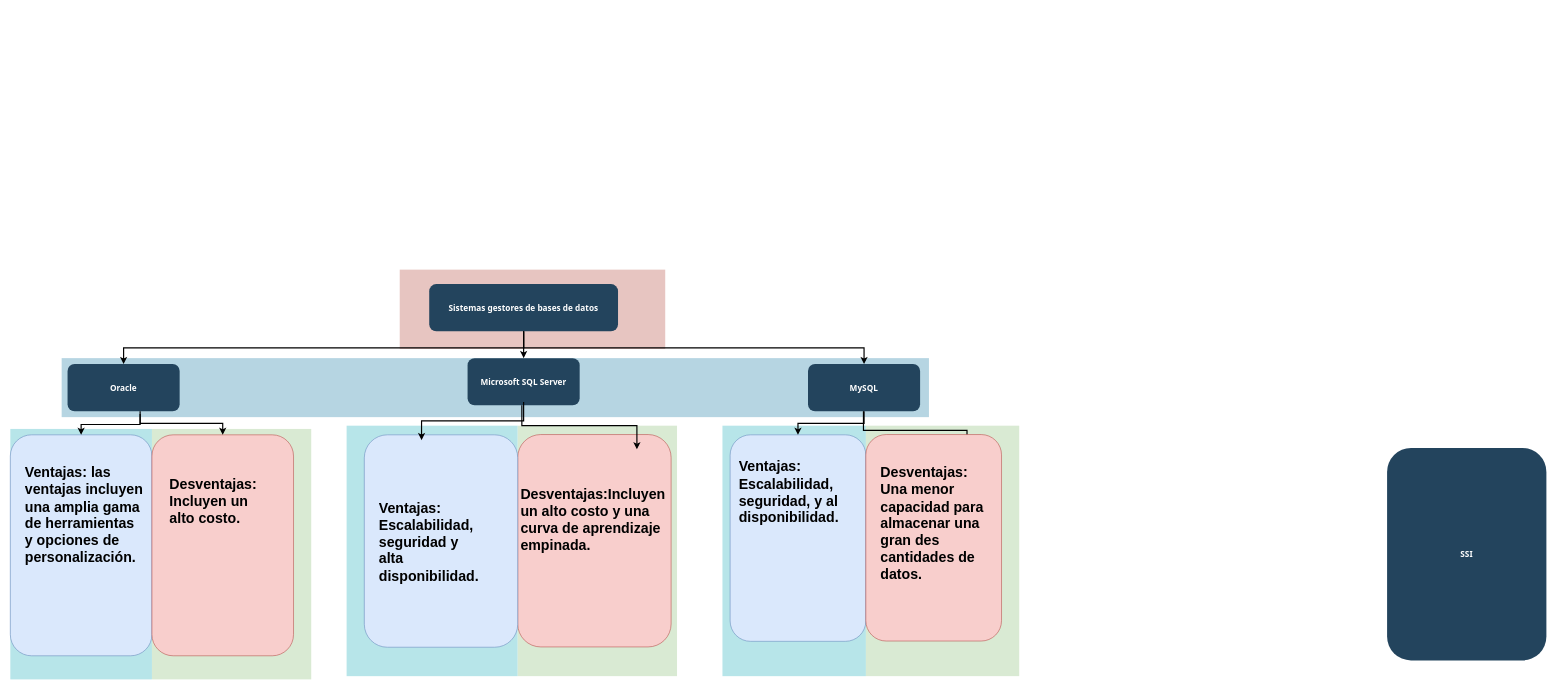
Earlier version of the draw.io diagram Entregable5.drawio (Yoloxochitl001/BaseDedatos). Source tidied: cells renumbered, new cells numbered last; positions are measured from the earlier drawing's top-left corner, leaving out a move shared by most shapes. Both pictures are drawn from the tidied source at 59%, with x=0, y=0 at pixel (10, 270).
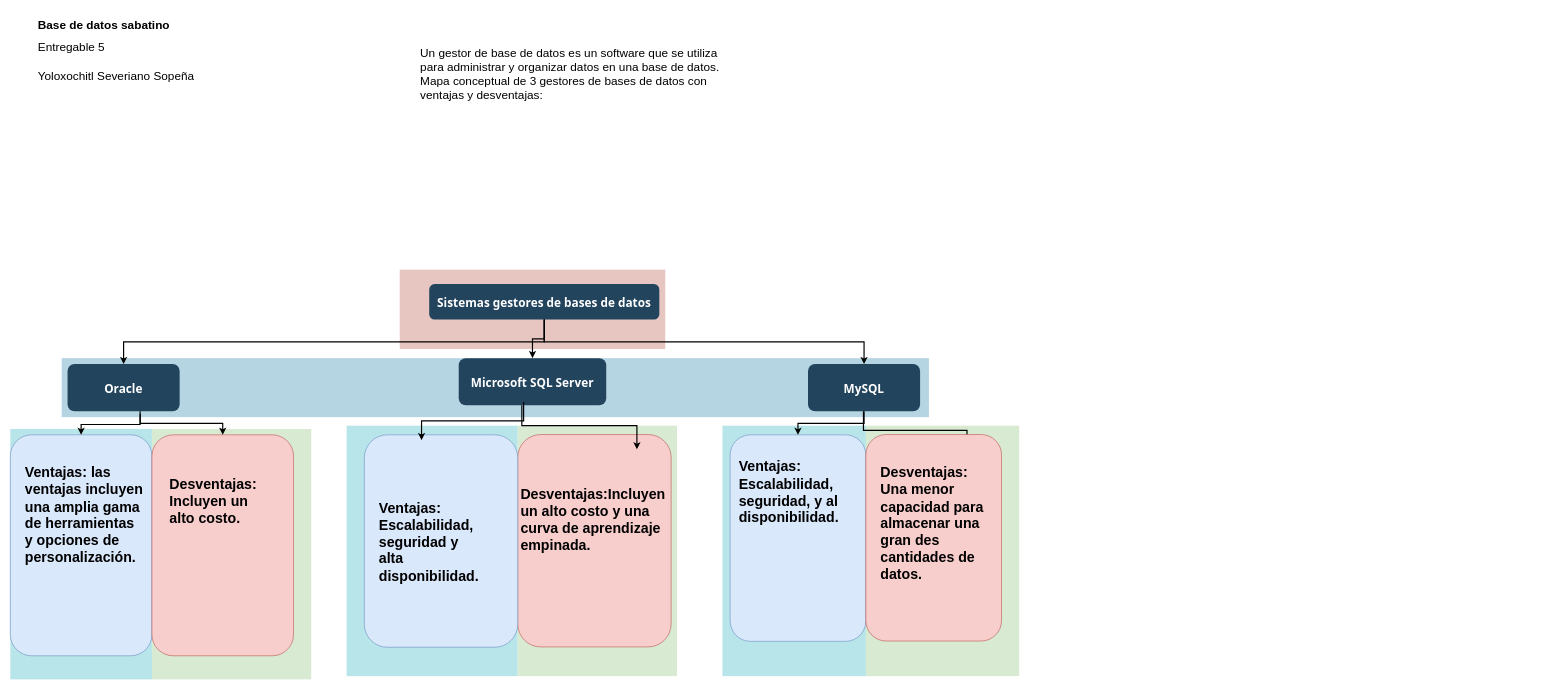
The same diagram, later.

The edit, as a diff of the source:
```diff
@@
-    <mxCell id="10" value="Sistemas gestores de bases de datos" style="rounded=1;fillColor=#23445D;gradientColor=none;strokeColor=none;fontColor=#FFFFFF;fontStyle=1;fontFamily=Tahoma;fontSize=14;" parent="1" vertex="1">
-      <mxGeometry x="710" y="24" width="320" height="80" as="geometry" />
+    <mxCell id="10" value="Sistemas gestores de bases de datos" style="rounded=1;fillColor=#23445D;gradientColor=none;strokeColor=none;fontColor=#FFFFFF;fontStyle=1;fontFamily=Tahoma;fontSize=20;" parent="1" vertex="1">
+      <mxGeometry x="710" y="24" width="390" height="60" as="geometry" />
     </mxCell>
-    <mxCell id="11" value="MySQL" style="rounded=1;fillColor=#23445D;gradientColor=none;strokeColor=none;fontColor=#FFFFFF;fontStyle=1;fontFamily=Tahoma;fontSize=14;" parent="1" vertex="1">
+    <mxCell id="11" value="MySQL" style="rounded=1;fillColor=#23445D;gradientColor=none;strokeColor=none;fontColor=#FFFFFF;fontStyle=1;fontFamily=Tahoma;fontSize=20;" parent="1" vertex="1">
       <mxGeometry x="1352" y="159.5" width="190" height="80" as="geometry" />
     </mxCell>
@@
-    <mxCell id="13" value="Microsoft SQL Server" style="rounded=1;fillColor=#23445D;gradientColor=none;strokeColor=none;fontColor=#FFFFFF;fontStyle=1;fontFamily=Tahoma;fontSize=14;" parent="1" vertex="1">
-      <mxGeometry x="775" y="149.5" width="190" height="80" as="geometry" />
+    <mxCell id="13" value="Microsoft SQL Server" style="rounded=1;fillColor=#23445D;gradientColor=none;strokeColor=none;fontColor=#FFFFFF;fontStyle=1;fontFamily=Tahoma;fontSize=20;" parent="1" vertex="1">
+      <mxGeometry x="760" y="149.5" width="250" height="80" as="geometry" />
     </mxCell>
-    <mxCell id="14" value="Oracle" style="rounded=1;fillColor=#23445D;gradientColor=none;strokeColor=none;fontColor=#FFFFFF;fontStyle=1;fontFamily=Tahoma;fontSize=14;" parent="1" vertex="1">
+    <mxCell id="14" value="Oracle" style="rounded=1;fillColor=#23445D;gradientColor=none;strokeColor=none;fontColor=#FFFFFF;fontStyle=1;fontFamily=Tahoma;fontSize=20;" parent="1" vertex="1">
       <mxGeometry x="97" y="159.5" width="190" height="80" as="geometry" />
     </mxCell>
@@
-    <mxCell id="17" value="SSI" style="rounded=1;fillColor=#23445D;gradientColor=none;strokeColor=none;fontColor=#FFFFFF;fontStyle=1;fontFamily=Tahoma;fontSize=14;" parent="1" vertex="1">
-      <mxGeometry x="2333.5" y="301.8" width="270" height="360" as="geometry" />
-    </mxCell>
@@
+    <mxCell id="36" value="&lt;h1 style=&quot;font-size: 20px;&quot;&gt;Base de datos sabatino&lt;/h1&gt;&lt;div style=&quot;font-size: 20px;&quot;&gt;&lt;font style=&quot;font-size: 20px;&quot;&gt;Entregable 5&lt;/font&gt;&lt;/div&gt;&lt;div style=&quot;font-size: 20px;&quot;&gt;&lt;font style=&quot;font-size: 20px;&quot;&gt;&lt;br&gt;&lt;/font&gt;&lt;/div&gt;&lt;div style=&quot;font-size: 20px;&quot;&gt;&lt;font style=&quot;font-size: 20px;&quot;&gt;Yoloxochitl Severiano Sopeña&lt;/font&gt;&lt;/div&gt;" style="text;html=1;strokeColor=none;fillColor=none;spacing=5;spacingTop=-20;whiteSpace=wrap;overflow=hidden;rounded=0;" parent="1" vertex="1">
+      <mxGeometry x="42" y="-430.5" width="300" height="140" as="geometry" />
+    </mxCell>
+    <mxCell id="37" value="&lt;font style=&quot;font-size: 20px;&quot;&gt;Un gestor de base de datos es un software que se utiliza&lt;br&gt;para administrar y organizar datos en una base de datos.&lt;br&gt;Mapa conceptual de 3 gestores de bases de datos con&lt;br&gt;ventajas y desventajas:&lt;/font&gt;" style="text;html=1;strokeColor=none;fillColor=none;spacing=5;spacingTop=-20;whiteSpace=wrap;overflow=hidden;rounded=0;" parent="1" vertex="1">
+      <mxGeometry x="690" y="-370.5" width="800" height="140" as="geometry" />
+    </mxCell>
```
